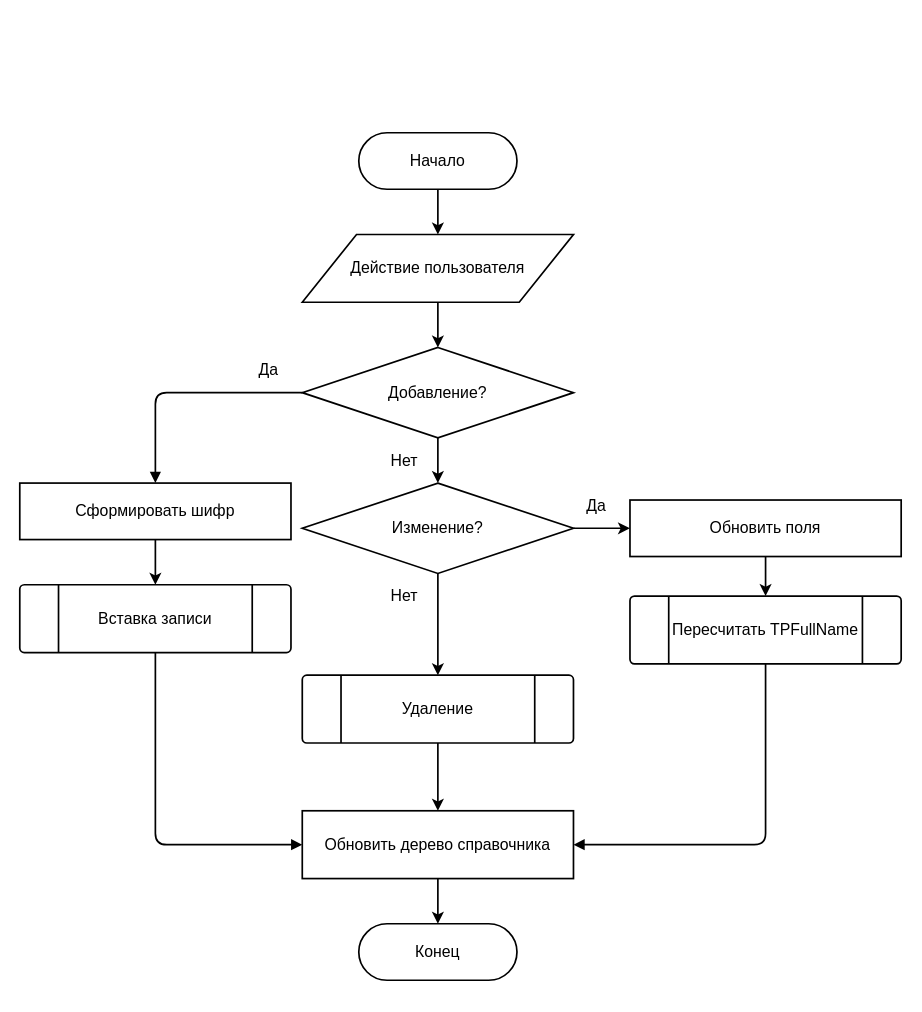
Earlier version of the draw.io diagram page "Page-7" (7 of 21) of diagrams/Untitled Diagram.drawio (KhasanovAMdev/MyDiagrams). Source tidied: cells renumbered, new cells numbered last; positions are measured from the earlier drawing's top-left corner, leaving out a move shared by most shapes. Both pictures are drawn from the tidied source at 113%, with x=0, y=0 at pixel (19, 132).
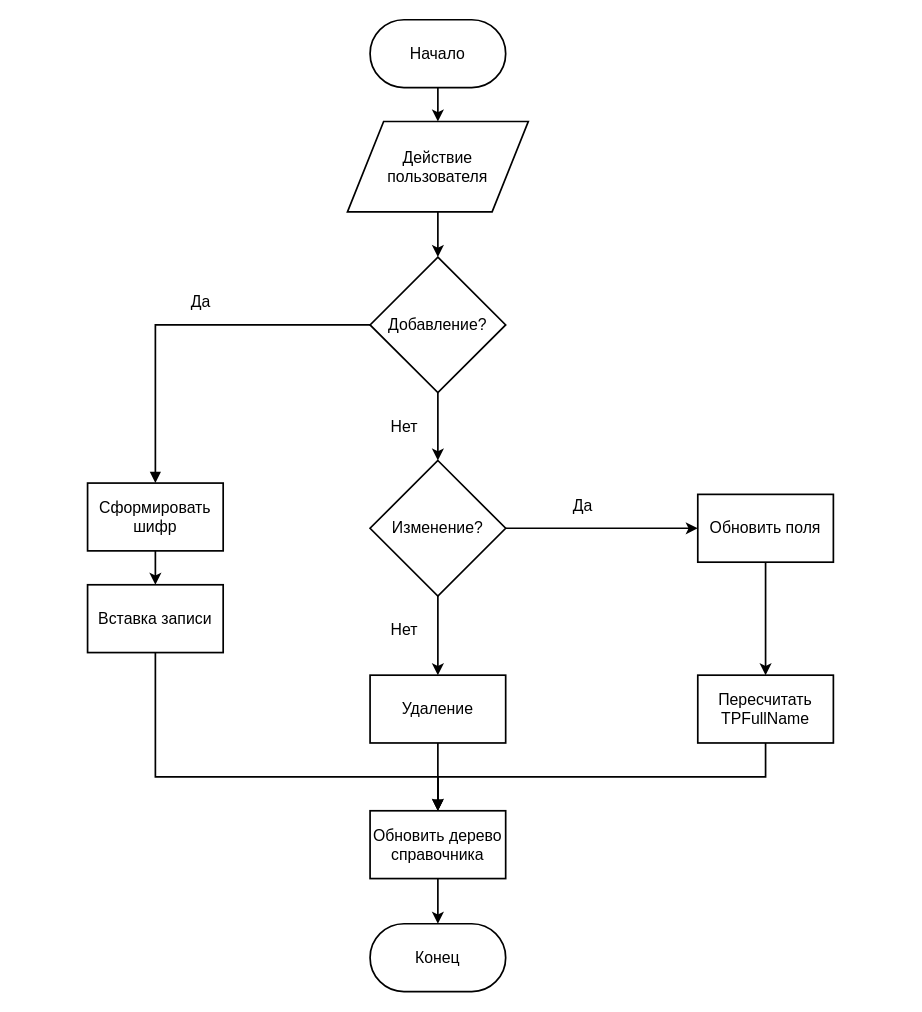
The same diagram, later.

What changed in the source:
```diff
@@
     <mxCell id="2" value="Начало" style="rounded=1;whiteSpace=wrap;html=1;arcSize=50;fillColor=#ffffff;strokeColor=#000000;strokeWidth=1.5;fontSize=14;" parent="1" vertex="1">
-      <mxGeometry x="300" width="140" height="50" as="geometry" />
+      <mxGeometry x="310" y="-100" width="120" height="60" as="geometry" />
     </mxCell>
-    <mxCell id="3" value="Действие пользователя" style="shape=parallelogram;whiteSpace=wrap;html=1;fillColor=#ffffff;strokeColor=#000000;strokeWidth=1.5;fontSize=14;" parent="1" vertex="1">
-      <mxGeometry x="250" y="90" width="240" height="60" as="geometry" />
+    <mxCell id="3" value="Действие&lt;div&gt;пользователя&lt;/div&gt;" style="shape=parallelogram;whiteSpace=wrap;html=1;fillColor=#ffffff;strokeColor=#000000;strokeWidth=1.5;fontSize=14;" parent="1" vertex="1">
+      <mxGeometry x="290" y="-10" width="160" height="80" as="geometry" />
     </mxCell>
     <mxCell id="4" value="Добавление?" style="rhombus;whiteSpace=wrap;html=1;fillColor=#ffffff;strokeColor=#000000;strokeWidth=1.5;fontSize=14;" parent="1" vertex="1">
-      <mxGeometry x="250" y="190" width="240" height="80" as="geometry" />
+      <mxGeometry x="310" y="110" width="120" height="120" as="geometry" />
     </mxCell>
     <mxCell id="5" value="Сформировать шифр" style="rounded=0;whiteSpace=wrap;html=1;fillColor=#ffffff;strokeColor=#000000;strokeWidth=1.5;fontSize=14;" parent="1" vertex="1">
-      <mxGeometry y="310" width="240" height="50" as="geometry" />
+      <mxGeometry x="60" y="310" width="120" height="60" as="geometry" />
     </mxCell>
-    <mxCell id="6" value="Вставка записи" style="shape=mxgraph.flowchart.predefined_process;whiteSpace=wrap;html=1;fillColor=#ffffff;strokeColor=#000000;strokeWidth=1.5;fontSize=14;" parent="1" vertex="1">
-      <mxGeometry y="400" width="240" height="60" as="geometry" />
+    <mxCell id="6" value="Вставка записи" style="shape=label;whiteSpace=wrap;html=1;fillColor=#ffffff;strokeColor=#000000;strokeWidth=1.5;fontSize=14;rounded=0;" parent="1" vertex="1">
+      <mxGeometry x="60" y="400" width="120" height="60" as="geometry" />
     </mxCell>
     <mxCell id="7" value="Изменение?" style="rhombus;whiteSpace=wrap;html=1;fillColor=#ffffff;strokeColor=#000000;strokeWidth=1.5;fontSize=14;" parent="1" vertex="1">
-      <mxGeometry x="250" y="310" width="240" height="80" as="geometry" />
+      <mxGeometry x="310" y="290" width="120" height="120" as="geometry" />
     </mxCell>
     <mxCell id="8" value="Обновить поля" style="rounded=0;whiteSpace=wrap;html=1;fillColor=#ffffff;strokeColor=#000000;strokeWidth=1.5;fontSize=14;" parent="1" vertex="1">
-      <mxGeometry x="540" y="325" width="240" height="50" as="geometry" />
+      <mxGeometry x="600" y="320" width="120" height="60" as="geometry" />
     </mxCell>
-    <mxCell id="9" value="Пересчитать TPFullName" style="shape=mxgraph.flowchart.predefined_process;whiteSpace=wrap;html=1;fillColor=#ffffff;strokeColor=#000000;strokeWidth=1.5;fontSize=14;" parent="1" vertex="1">
-      <mxGeometry x="540" y="410" width="240" height="60" as="geometry" />
+    <mxCell id="9" value="Пересчитать TPFullName" style="shape=label;whiteSpace=wrap;html=1;fillColor=#ffffff;strokeColor=#000000;strokeWidth=1.5;fontSize=14;rounded=0;" parent="1" vertex="1">
+      <mxGeometry x="600" y="480" width="120" height="60" as="geometry" />
     </mxCell>
-    <mxCell id="10" value="Удаление" style="shape=mxgraph.flowchart.predefined_process;whiteSpace=wrap;html=1;fillColor=#ffffff;strokeColor=#000000;strokeWidth=1.5;fontSize=14;" parent="1" vertex="1">
-      <mxGeometry x="250" y="480" width="240" height="60" as="geometry" />
+    <mxCell id="10" value="Удаление" style="shape=label;whiteSpace=wrap;html=1;fillColor=#ffffff;strokeColor=#000000;strokeWidth=1.5;fontSize=14;rounded=0;" parent="1" vertex="1">
+      <mxGeometry x="310" y="480" width="120" height="60" as="geometry" />
     </mxCell>
     <mxCell id="11" value="Обновить дерево справочника" style="rounded=0;whiteSpace=wrap;html=1;fillColor=#ffffff;strokeColor=#000000;strokeWidth=1.5;fontSize=14;" parent="1" vertex="1">
-      <mxGeometry x="250" y="600" width="240" height="60" as="geometry" />
+      <mxGeometry x="310" y="600" width="120" height="60" as="geometry" />
     </mxCell>
     <mxCell id="12" value="Конец" style="rounded=1;whiteSpace=wrap;html=1;arcSize=50;fillColor=#ffffff;strokeColor=#000000;strokeWidth=1.5;fontSize=14;" parent="1" vertex="1">
-      <mxGeometry x="300" y="700" width="140" height="50" as="geometry" />
+      <mxGeometry x="310" y="700" width="120" height="60" as="geometry" />
     </mxCell>
-    <mxCell id="13" style="edgeStyle=orthogonalEdgeStyle;html=1;strokeWidth=1.5;endArrow=classic;fontSize=14;endFill=1;" parent="1" edge="1" source="2" target="3">
+    <mxCell id="13" style="edgeStyle=orthogonalEdgeStyle;rounded=0;html=1;strokeWidth=1.5;endArrow=classic;fontSize=14;endFill=1;" parent="1" edge="1" source="2" target="3">
       <mxGeometry relative="1" as="geometry" />
     </mxCell>
-    <mxCell id="14" style="edgeStyle=orthogonalEdgeStyle;html=1;strokeWidth=1.5;endArrow=classic;fontSize=14;endFill=1;" parent="1" edge="1" source="3" target="4">
+    <mxCell id="14" style="edgeStyle=orthogonalEdgeStyle;rounded=0;html=1;strokeWidth=1.5;endArrow=classic;fontSize=14;endFill=1;" parent="1" edge="1" source="3" target="4">
       <mxGeometry relative="1" as="geometry" />
     </mxCell>
-    <mxCell id="15" value="Да" style="edgeStyle=orthogonalEdgeStyle;html=1;strokeWidth=1.5;endArrow=block;endFill=1;labelBackgroundColor=#ffffff;fontSize=14;" parent="1" edge="1" source="4" target="5">
-      <mxGeometry x="-0.71" y="-20" relative="1" as="geometry" />
+    <mxCell id="15" value="Да" style="edgeStyle=orthogonalEdgeStyle;rounded=0;html=1;strokeWidth=1.5;endArrow=block;endFill=1;labelBackgroundColor=#ffffff;fontSize=14;" parent="1" edge="1" source="4" target="5">
+      <mxGeometry x="-0.09" y="-20" relative="1" as="geometry" />
     </mxCell>
-    <mxCell id="16" value="Нет" style="edgeStyle=orthogonalEdgeStyle;html=1;strokeWidth=1.5;endArrow=classic;labelBackgroundColor=#ffffff;fontSize=14;endFill=1;" parent="1" edge="1" source="4" target="7">
+    <mxCell id="16" value="Нет" style="edgeStyle=orthogonalEdgeStyle;rounded=0;html=1;strokeWidth=1.5;endArrow=classic;labelBackgroundColor=#ffffff;fontSize=14;endFill=1;" parent="1" edge="1" source="4" target="7">
       <mxGeometry y="-30" relative="1" as="geometry" />
     </mxCell>
-    <mxCell id="17" style="edgeStyle=orthogonalEdgeStyle;html=1;strokeWidth=1.5;endArrow=classic;fontSize=14;endFill=1;" parent="1" edge="1" source="5" target="6">
+    <mxCell id="17" style="edgeStyle=orthogonalEdgeStyle;rounded=0;html=1;strokeWidth=1.5;endArrow=classic;fontSize=14;endFill=1;" parent="1" edge="1" source="5" target="6">
       <mxGeometry relative="1" as="geometry" />
     </mxCell>
-    <mxCell id="18" style="edgeStyle=orthogonalEdgeStyle;html=1;strokeWidth=1.5;endArrow=block;endFill=1;fontSize=14;" parent="1" edge="1" source="6" target="11">
+    <mxCell id="18" style="edgeStyle=orthogonalEdgeStyle;rounded=0;html=1;strokeWidth=1.5;endArrow=block;endFill=1;fontSize=14;" parent="1" edge="1" source="6" target="11">
       <mxGeometry relative="1" as="geometry">
         <Array as="points">
-          <mxPoint x="120" y="630" />
+          <mxPoint x="120" y="570" />
+          <mxPoint x="370" y="570" />
         </Array>
       </mxGeometry>
     </mxCell>
-    <mxCell id="19" value="Да" style="edgeStyle=orthogonalEdgeStyle;html=1;strokeWidth=1.5;endArrow=classic;labelBackgroundColor=#ffffff;fontSize=14;endFill=1;" parent="1" edge="1" source="7" target="8">
+    <mxCell id="19" value="Да" style="edgeStyle=orthogonalEdgeStyle;rounded=0;html=1;strokeWidth=1.5;endArrow=classic;labelBackgroundColor=#ffffff;fontSize=14;endFill=1;" parent="1" edge="1" source="7" target="8">
       <mxGeometry x="-0.2" y="20" relative="1" as="geometry" />
     </mxCell>
-    <mxCell id="20" value="Нет" style="edgeStyle=orthogonalEdgeStyle;html=1;strokeWidth=1.5;endArrow=classic;labelBackgroundColor=#ffffff;fontSize=14;endFill=1;" parent="1" edge="1" source="7" target="10">
-      <mxGeometry x="-0.56" y="-30" relative="1" as="geometry" />
+    <mxCell id="20" value="Нет" style="edgeStyle=orthogonalEdgeStyle;rounded=0;html=1;strokeWidth=1.5;endArrow=classic;labelBackgroundColor=#ffffff;fontSize=14;endFill=1;" parent="1" edge="1" source="7" target="10">
+      <mxGeometry x="-0.14" y="-30" relative="1" as="geometry" />
     </mxCell>
-    <mxCell id="21" style="edgeStyle=orthogonalEdgeStyle;html=1;strokeWidth=1.5;endArrow=classic;fontSize=14;endFill=1;" parent="1" edge="1" source="8" target="9">
+    <mxCell id="21" style="edgeStyle=orthogonalEdgeStyle;rounded=0;html=1;strokeWidth=1.5;endArrow=classic;fontSize=14;endFill=1;" parent="1" edge="1" source="8" target="9">
       <mxGeometry relative="1" as="geometry" />
     </mxCell>
-    <mxCell id="22" style="edgeStyle=orthogonalEdgeStyle;html=1;strokeWidth=1.5;endArrow=block;endFill=1;fontSize=14;" parent="1" edge="1" source="9" target="11">
+    <mxCell id="22" style="edgeStyle=orthogonalEdgeStyle;rounded=0;html=1;strokeWidth=1.5;endArrow=block;endFill=1;fontSize=14;" parent="1" edge="1" source="9" target="11">
       <mxGeometry relative="1" as="geometry">
         <Array as="points">
-          <mxPoint x="660" y="630" />
+          <mxPoint x="660" y="570" />
+          <mxPoint x="370" y="570" />
         </Array>
       </mxGeometry>
     </mxCell>
-    <mxCell id="23" style="edgeStyle=orthogonalEdgeStyle;html=1;strokeWidth=1.5;endArrow=classic;fontSize=14;endFill=1;" parent="1" edge="1" source="10" target="11">
+    <mxCell id="23" style="edgeStyle=orthogonalEdgeStyle;rounded=0;html=1;strokeWidth=1.5;endArrow=classic;fontSize=14;endFill=1;" parent="1" edge="1" source="10" target="11">
       <mxGeometry relative="1" as="geometry" />
     </mxCell>
-    <mxCell id="24" style="edgeStyle=orthogonalEdgeStyle;html=1;strokeWidth=1.5;endArrow=classic;fontSize=14;endFill=1;" parent="1" edge="1" source="11" target="12">
+    <mxCell id="24" style="edgeStyle=orthogonalEdgeStyle;rounded=0;html=1;strokeWidth=1.5;endArrow=classic;fontSize=14;endFill=1;" parent="1" edge="1" source="11" target="12">
       <mxGeometry relative="1" as="geometry" />
     </mxCell>
```
